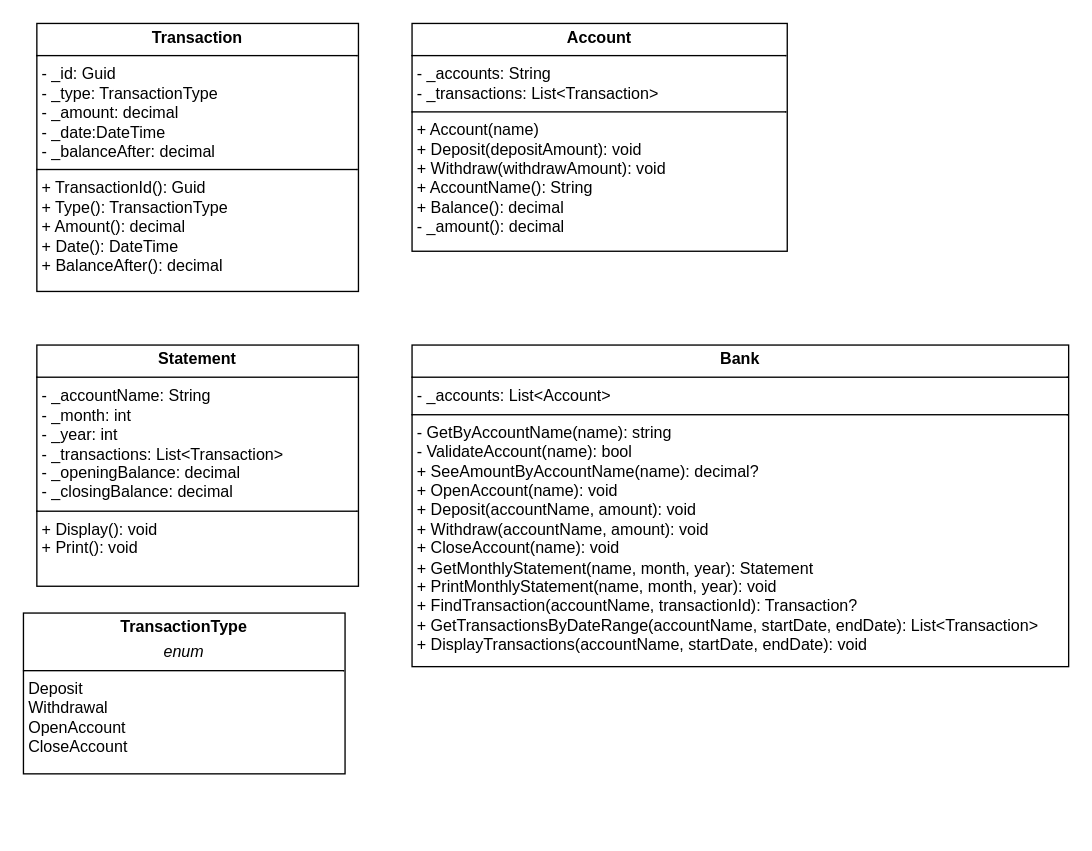
Earlier version of the draw.io diagram BankApp.drawio (jas812000/Draw_io_diagrams). Source tidied: cells renumbered, new cells numbered last; positions are measured from the earlier drawing's top-left corner, leaving out a move shared by most shapes. Both pictures are drawn from the tidied source at 134%, with x=0, y=0 at pixel (23, 23).
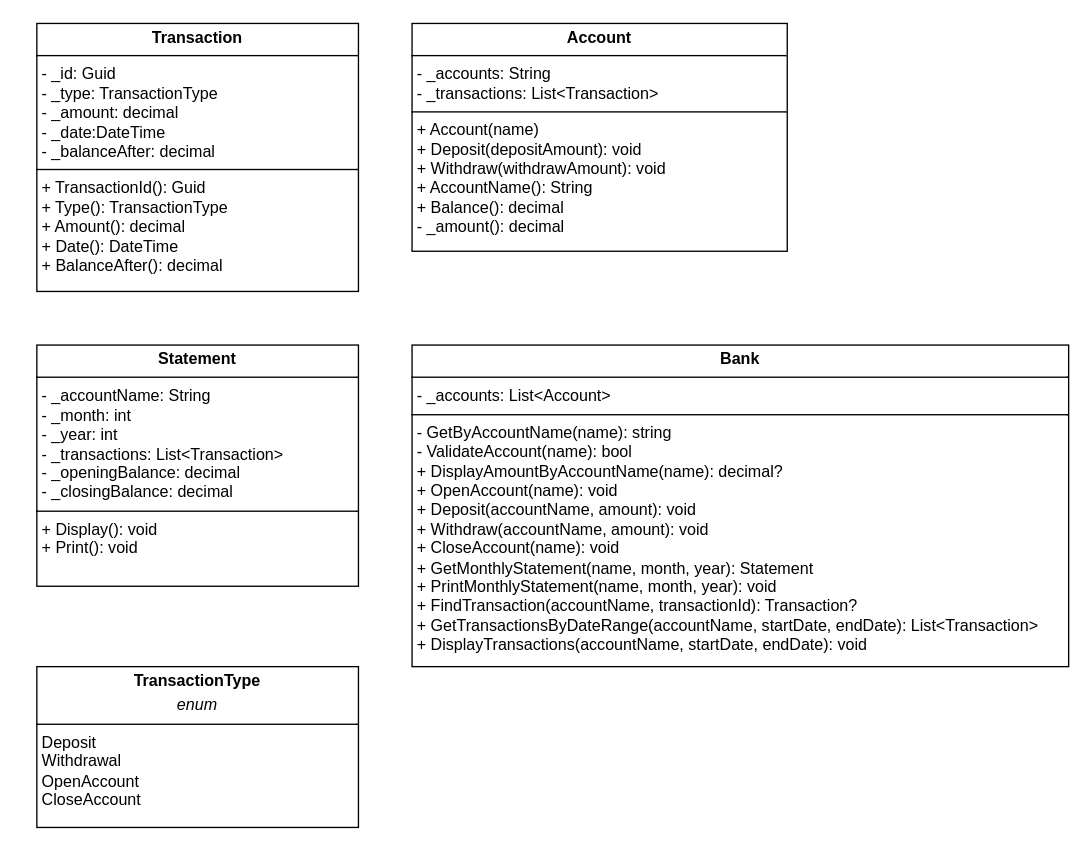
After the change.

Diff of the diagram source:
```diff
@@
 <mxGraphModel>
   <root>
     <mxCell id="0" />
     <mxCell id="1" parent="0" />
     <mxCell id="2" value="&lt;p style=&quot;margin:0px;margin-top:4px;text-align:center;&quot;&gt;&lt;b&gt;Account&lt;/b&gt;&lt;/p&gt;&lt;hr size=&quot;1&quot; style=&quot;border-style:solid;&quot;&gt;&lt;p style=&quot;margin:0px;margin-left:4px;&quot;&gt;- _accounts: String&lt;/p&gt;&lt;p style=&quot;margin:0px;margin-left:4px;&quot;&gt;- _transactions: List&amp;lt;Transaction&amp;gt;&lt;/p&gt;&lt;hr size=&quot;1&quot; style=&quot;border-style:solid;&quot;&gt;&lt;p style=&quot;margin:0px;margin-left:4px;&quot;&gt;+ Account(name)&lt;/p&gt;&lt;p style=&quot;margin:0px;margin-left:4px;&quot;&gt;+ Deposit(depositAmount): void&lt;/p&gt;&lt;p style=&quot;margin:0px;margin-left:4px;&quot;&gt;+ Withdraw(withdrawAmount): void&lt;/p&gt;&lt;p style=&quot;margin:0px;margin-left:4px;&quot;&gt;+ AccountName(): String&lt;/p&gt;&lt;p style=&quot;margin:0px;margin-left:4px;&quot;&gt;+ Balance(): decimal&lt;/p&gt;&lt;p style=&quot;margin:0px;margin-left:4px;&quot;&gt;- _amount(): decimal&lt;/p&gt;" style="verticalAlign=top;align=left;overflow=fill;html=1;whiteSpace=wrap;" parent="1" vertex="1">
       <mxGeometry x="290" width="280" height="170" as="geometry" />
     </mxCell>
-    <mxCell id="3" value="&lt;p style=&quot;margin:0px;margin-top:4px;text-align:center;&quot;&gt;&lt;b&gt;Bank&lt;/b&gt;&lt;/p&gt;&lt;hr size=&quot;1&quot; style=&quot;border-style:solid;&quot;&gt;&lt;p style=&quot;margin:0px;margin-left:4px;&quot;&gt;- _accounts: List&amp;lt;Account&amp;gt;&lt;/p&gt;&lt;hr size=&quot;1&quot; style=&quot;border-style:solid;&quot;&gt;&lt;p style=&quot;margin:0px;margin-left:4px;&quot;&gt;- GetByAccountName(name): string&lt;br&gt;&lt;/p&gt;&lt;p style=&quot;margin:0px;margin-left:4px;&quot;&gt;- ValidateAccount(name): bool&lt;br&gt;&lt;/p&gt;&lt;p style=&quot;margin:0px;margin-left:4px;&quot;&gt;+ SeeAmountByAccountName(name): decimal?&lt;/p&gt;&lt;p style=&quot;margin:0px;margin-left:4px;&quot;&gt;+ OpenAccount(name): void&lt;/p&gt;&lt;p style=&quot;margin:0px;margin-left:4px;&quot;&gt;+ Deposit(accountName, amount): void&lt;/p&gt;&lt;p style=&quot;margin:0px;margin-left:4px;&quot;&gt;+ Withdraw(accountName, amount): void&lt;/p&gt;&lt;p style=&quot;margin:0px;margin-left:4px;&quot;&gt;+ CloseAccount(name): void&lt;/p&gt;&lt;p style=&quot;margin:0px;margin-left:4px;&quot;&gt;+ GetMonthlyStatement(name, month, year): Statement&lt;/p&gt;&lt;p style=&quot;margin:0px;margin-left:4px;&quot;&gt;+ PrintMonthlyStatement(name, month, year): void&lt;/p&gt;&lt;p style=&quot;margin:0px;margin-left:4px;&quot;&gt;+ FindTransaction(accountName, transactionId): Transaction?&lt;/p&gt;&lt;p style=&quot;margin:0px;margin-left:4px;&quot;&gt;+ GetTransactionsByDateRange(accountName, startDate, endDate): List&amp;lt;Transaction&amp;gt;&lt;/p&gt;&lt;p style=&quot;margin:0px;margin-left:4px;&quot;&gt;+ DisplayTransactions(accountName, startDate, endDate): void&lt;/p&gt;&lt;p style=&quot;margin:0px;margin-left:4px;&quot;&gt;&lt;br&gt;&lt;/p&gt;&lt;p style=&quot;margin:0px;margin-left:4px;&quot;&gt;&lt;br&gt;&lt;/p&gt;&lt;p style=&quot;margin:0px;margin-left:4px;&quot;&gt;&lt;br&gt;&lt;/p&gt;" style="verticalAlign=top;align=left;overflow=fill;html=1;whiteSpace=wrap;" parent="1" vertex="1">
+    <mxCell id="3" value="&lt;p style=&quot;margin:0px;margin-top:4px;text-align:center;&quot;&gt;&lt;b&gt;Bank&lt;/b&gt;&lt;/p&gt;&lt;hr size=&quot;1&quot; style=&quot;border-style:solid;&quot;&gt;&lt;p style=&quot;margin:0px;margin-left:4px;&quot;&gt;- _accounts: List&amp;lt;Account&amp;gt;&lt;/p&gt;&lt;hr size=&quot;1&quot; style=&quot;border-style:solid;&quot;&gt;&lt;p style=&quot;margin:0px;margin-left:4px;&quot;&gt;- GetByAccountName(name): string&lt;br&gt;&lt;/p&gt;&lt;p style=&quot;margin:0px;margin-left:4px;&quot;&gt;- ValidateAccount(name): bool&lt;br&gt;&lt;/p&gt;&lt;p style=&quot;margin:0px;margin-left:4px;&quot;&gt;+ DisplayAmountByAccountName(name): decimal?&lt;/p&gt;&lt;p style=&quot;margin:0px;margin-left:4px;&quot;&gt;+ OpenAccount(name): void&lt;/p&gt;&lt;p style=&quot;margin:0px;margin-left:4px;&quot;&gt;+ Deposit(accountName, amount): void&lt;/p&gt;&lt;p style=&quot;margin:0px;margin-left:4px;&quot;&gt;+ Withdraw(accountName, amount): void&lt;/p&gt;&lt;p style=&quot;margin:0px;margin-left:4px;&quot;&gt;+ CloseAccount(name): void&lt;/p&gt;&lt;p style=&quot;margin:0px;margin-left:4px;&quot;&gt;+ GetMonthlyStatement(name, month, year): Statement&lt;/p&gt;&lt;p style=&quot;margin:0px;margin-left:4px;&quot;&gt;+ PrintMonthlyStatement(name, month, year): void&lt;/p&gt;&lt;p style=&quot;margin:0px;margin-left:4px;&quot;&gt;+ FindTransaction(accountName, transactionId): Transaction?&lt;/p&gt;&lt;p style=&quot;margin:0px;margin-left:4px;&quot;&gt;+ GetTransactionsByDateRange(accountName, startDate, endDate): List&amp;lt;Transaction&amp;gt;&lt;/p&gt;&lt;p style=&quot;margin:0px;margin-left:4px;&quot;&gt;+ DisplayTransactions(accountName, startDate, endDate): void&lt;/p&gt;&lt;p style=&quot;margin:0px;margin-left:4px;&quot;&gt;&lt;br&gt;&lt;/p&gt;&lt;p style=&quot;margin:0px;margin-left:4px;&quot;&gt;&lt;br&gt;&lt;/p&gt;&lt;p style=&quot;margin:0px;margin-left:4px;&quot;&gt;&lt;br&gt;&lt;/p&gt;" style="verticalAlign=top;align=left;overflow=fill;html=1;whiteSpace=wrap;" parent="1" vertex="1">
       <mxGeometry x="290" y="240" width="490" height="240" as="geometry" />
     </mxCell>
     <mxCell id="4" value="&lt;p style=&quot;margin:0px;margin-top:4px;text-align:center;&quot;&gt;&lt;b&gt;Transaction&lt;/b&gt;&lt;br&gt;&lt;/p&gt;&lt;hr size=&quot;1&quot; style=&quot;border-style:solid;&quot;&gt;&lt;p style=&quot;margin:0px;margin-left:4px;&quot;&gt;- _id: Guid&lt;/p&gt;&lt;p style=&quot;margin:0px;margin-left:4px;&quot;&gt;- _type: TransactionType&lt;/p&gt;&lt;p style=&quot;margin:0px;margin-left:4px;&quot;&gt;- _amount: decimal&lt;/p&gt;&lt;p style=&quot;margin:0px;margin-left:4px;&quot;&gt;- _date:DateTime&lt;/p&gt;&lt;p style=&quot;margin:0px;margin-left:4px;&quot;&gt;- _balanceAfter: decimal&lt;/p&gt;&lt;hr size=&quot;1&quot; style=&quot;border-style:solid;&quot;&gt;&lt;p style=&quot;margin:0px;margin-left:4px;&quot;&gt;+ TransactionId(): Guid&lt;/p&gt;&lt;p style=&quot;margin:0px;margin-left:4px;&quot;&gt;+ Type(): TransactionType&lt;/p&gt;&lt;p style=&quot;margin:0px;margin-left:4px;&quot;&gt;+ Amount(): decimal&lt;/p&gt;&lt;p style=&quot;margin:0px;margin-left:4px;&quot;&gt;+ Date(): DateTime&lt;/p&gt;&lt;p style=&quot;margin:0px;margin-left:4px;&quot;&gt;+ BalanceAfter(): decimal&lt;/p&gt;" style="verticalAlign=top;align=left;overflow=fill;html=1;whiteSpace=wrap;" parent="1" vertex="1">
       <mxGeometry x="10" width="240" height="200" as="geometry" />
     </mxCell>
     <mxCell id="5" value="&lt;p style=&quot;margin:0px;margin-top:4px;text-align:center;&quot;&gt;&lt;b&gt;Statement&lt;/b&gt;&lt;br&gt;&lt;/p&gt;&lt;hr size=&quot;1&quot; style=&quot;border-style:solid;&quot;&gt;&lt;p style=&quot;margin:0px;margin-left:4px;&quot;&gt;- _accountName: String&lt;/p&gt;&lt;p style=&quot;margin:0px;margin-left:4px;&quot;&gt;- _month: int&lt;/p&gt;&lt;p style=&quot;margin:0px;margin-left:4px;&quot;&gt;- _year: int&lt;/p&gt;&lt;p style=&quot;margin:0px;margin-left:4px;&quot;&gt;- _transactions: List&amp;lt;Transaction&amp;gt;&lt;/p&gt;&lt;p style=&quot;margin:0px;margin-left:4px;&quot;&gt;- _openingBalance: decimal&lt;/p&gt;&lt;p style=&quot;margin:0px;margin-left:4px;&quot;&gt;- _closingBalance: decimal&lt;/p&gt;&lt;hr size=&quot;1&quot; style=&quot;border-style:solid;&quot;&gt;&lt;p style=&quot;margin:0px;margin-left:4px;&quot;&gt;+ Display(): void&lt;/p&gt;&lt;p style=&quot;margin:0px;margin-left:4px;&quot;&gt;+ Print(): void&lt;/p&gt;" style="verticalAlign=top;align=left;overflow=fill;html=1;whiteSpace=wrap;" parent="1" vertex="1">
       <mxGeometry x="10" y="240" width="240" height="180" as="geometry" />
     </mxCell>
     <mxCell id="6" value="&lt;p style=&quot;margin:0px;margin-top:4px;text-align:center;&quot;&gt;&lt;b&gt;TransactionType&lt;/b&gt;&lt;/p&gt;&lt;p style=&quot;margin:0px;margin-top:4px;text-align:center;&quot;&gt;&lt;i&gt;enum&lt;/i&gt;&lt;/p&gt;&lt;hr size=&quot;1&quot; style=&quot;border-style:solid;&quot;&gt;&lt;p style=&quot;margin:0px;margin-left:4px;&quot;&gt;Deposit&lt;/p&gt;&lt;p style=&quot;margin:0px;margin-left:4px;&quot;&gt;Withdrawal&lt;/p&gt;&lt;p style=&quot;margin:0px;margin-left:4px;&quot;&gt;OpenAccount&lt;/p&gt;&lt;p style=&quot;margin:0px;margin-left:4px;&quot;&gt;CloseAccount&lt;/p&gt;&lt;p style=&quot;margin:0px;margin-left:4px;&quot;&gt;&lt;br&gt;&lt;/p&gt;&lt;p style=&quot;margin:0px;margin-left:4px;&quot;&gt;&lt;br&gt;&lt;/p&gt;" style="verticalAlign=top;align=left;overflow=fill;html=1;whiteSpace=wrap;" parent="1" vertex="1">
-      <mxGeometry y="440" width="240" height="120" as="geometry" />
+      <mxGeometry x="10" y="480" width="240" height="120" as="geometry" />
     </mxCell>
   </root>
 </mxGraphModel>
```
